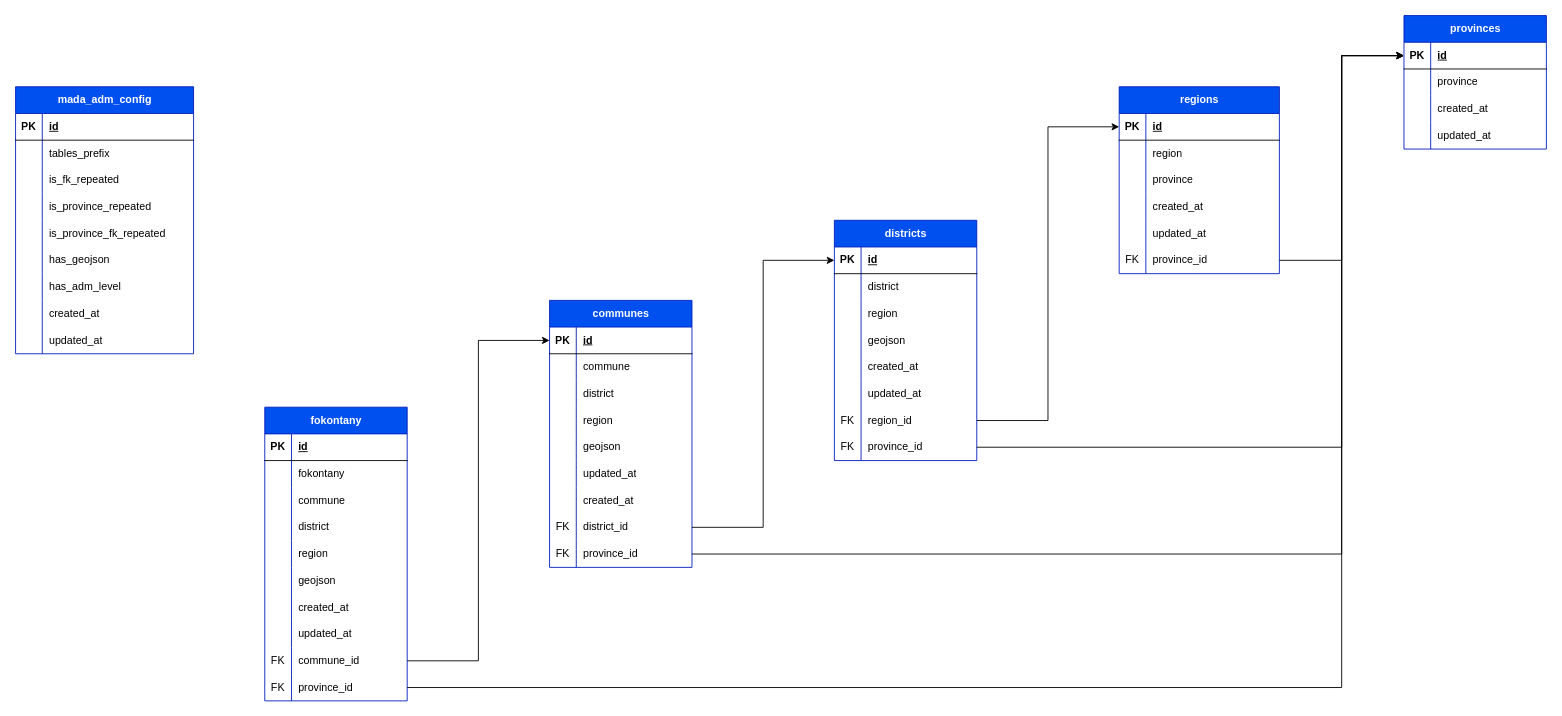
Earlier version of the draw.io diagram page "isProvinceFkRepeated" (3 of 7) of diagrams/database.drawio (AmazingTool777-911/mada-adm). Source tidied: cells renumbered, new cells numbered last; positions are measured from the earlier drawing's top-left corner, leaving out a move shared by most shapes. Both pictures are drawn from the tidied source at 89%, with x=0, y=0 at pixel (15, 15).
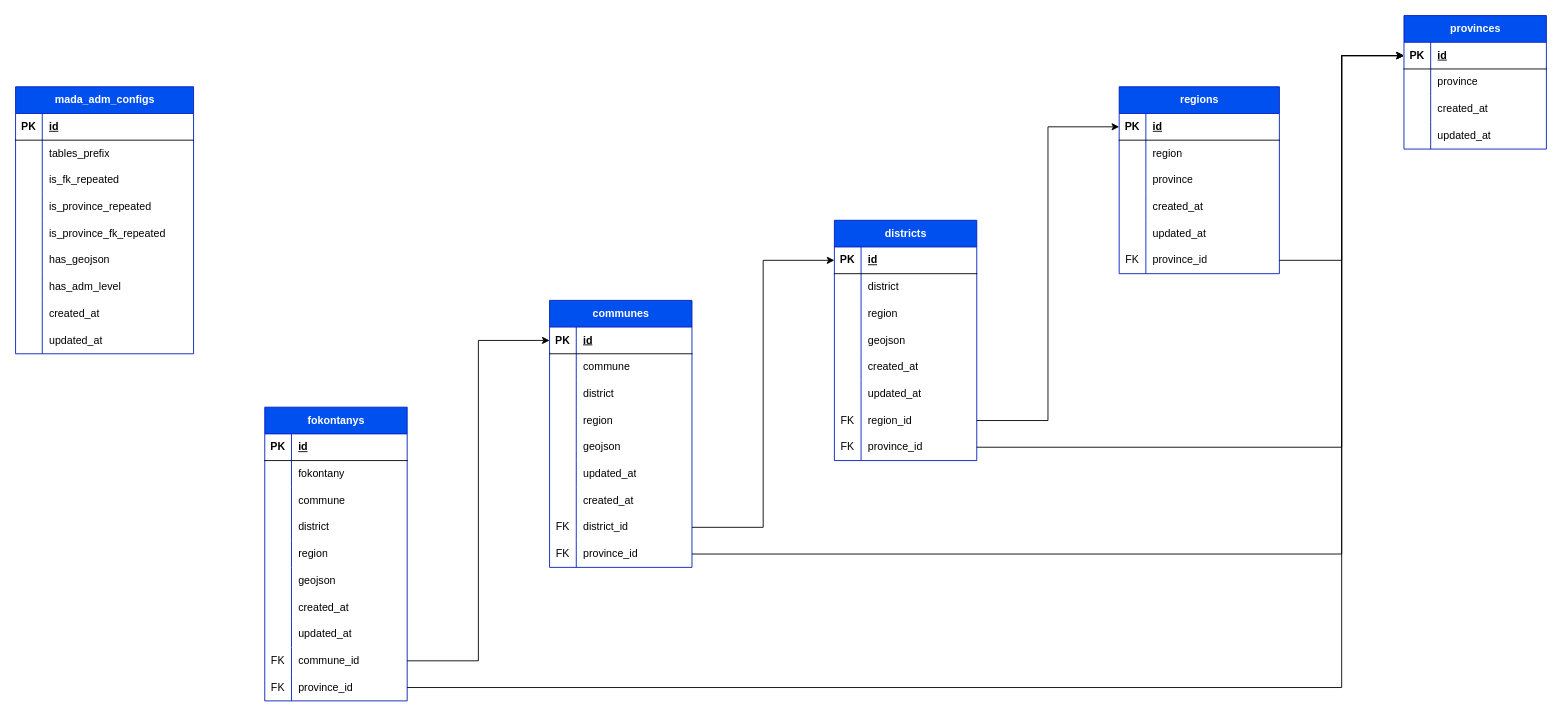
The same page after the edit.

Diff of the diagram source:
```diff
@@
-    <mxCell id="2" value="fokontany" style="shape=table;startSize=30;childLayout=tableLayout;rowLines=0;fontStyle=1;align=center;html=1;fillColor=#0050ef;fontColor=#ffffff;strokeColor=#001DBC;" parent="1" vertex="1">
+    <mxCell id="2" value="fokontanys" style="shape=table;startSize=30;childLayout=tableLayout;rowLines=0;fontStyle=1;align=center;html=1;fillColor=#0050ef;fontColor=#ffffff;strokeColor=#001DBC;" parent="1" vertex="1">
       <mxGeometry x="280" y="440" width="160" height="330" as="geometry" />
     </mxCell>
@@
-    <mxCell id="123" value="mada_adm_config" style="shape=table;startSize=30;childLayout=tableLayout;rowLines=0;fontStyle=1;align=center;html=1;fillColor=#0050ef;fontColor=#ffffff;strokeColor=#001DBC;" parent="1" vertex="1">
+    <mxCell id="123" value="mada_adm_configs" style="shape=table;startSize=30;childLayout=tableLayout;rowLines=0;fontStyle=1;align=center;html=1;fillColor=#0050ef;fontColor=#ffffff;strokeColor=#001DBC;" parent="1" vertex="1">
       <mxGeometry y="80" width="200" height="300" as="geometry" />
     </mxCell>
```
